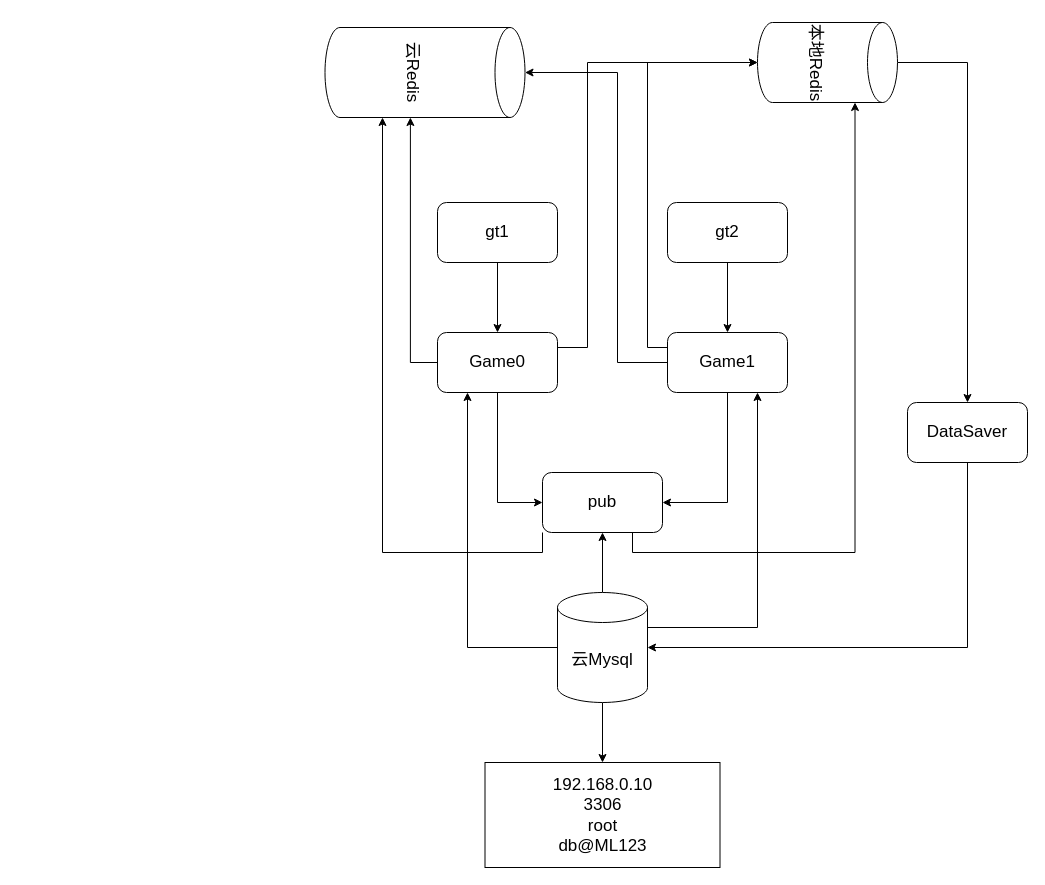
Before: 未命名绘图.drawio in xiaodongYao/DrawIO, a draw.io diagram. Source tidied: cells renumbered, new cells numbered last; positions are measured from the earlier drawing's top-left corner, leaving out a move shared by most shapes. Both pictures are drawn from the tidied source at 100%, with x=0, y=0 at pixel (379, -28).
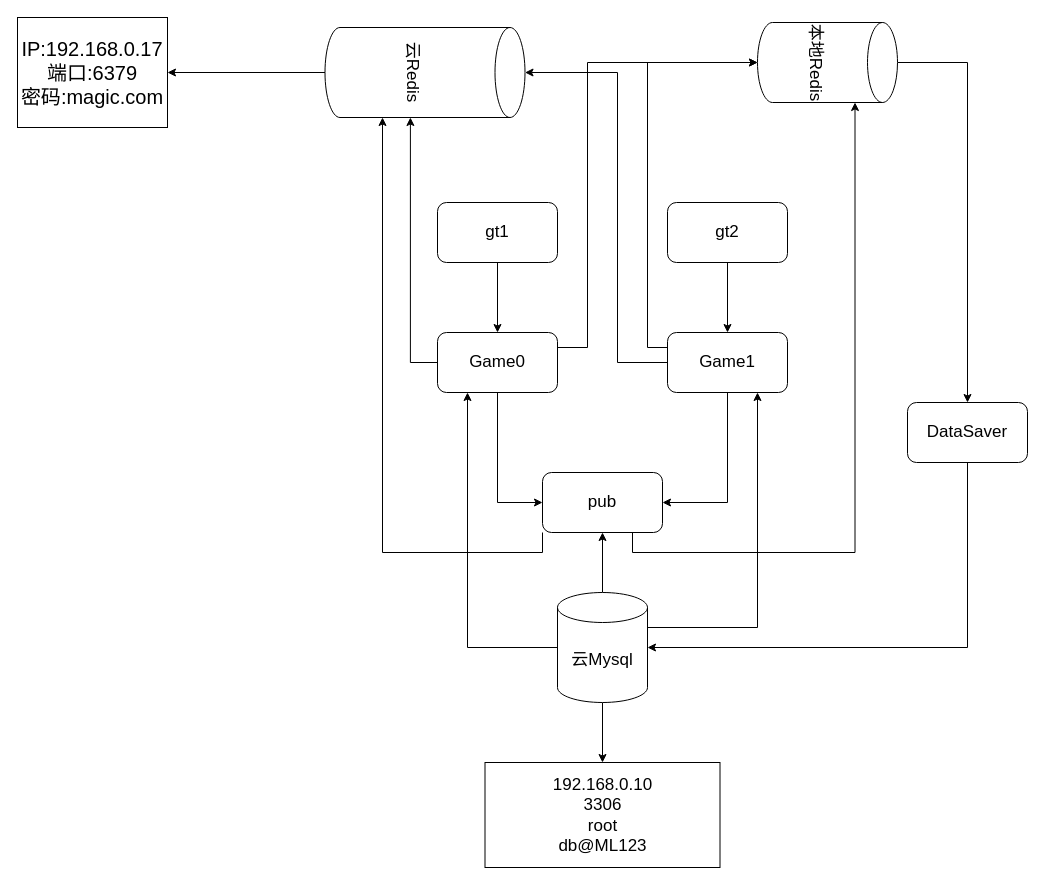
The same diagram, later.

Commit message:
更新未命名绘图.drawio

Unchanged cells that the change refers to:
```xml
<mxCell id="20" value="云Redis" style="shape=cylinder3;whiteSpace=wrap;html=1;boundedLbl=1;backgroundOutline=1;size=15;rotation=90;fontSize=17;" parent="1" vertex="1">
  <mxGeometry x="0.5" width="90" height="200" as="geometry" />
</mxCell>
```

What changed in the source:
```diff
@@
+    <mxCell id="28" style="edgeStyle=orthogonalEdgeStyle;rounded=0;jettySize=auto;html=1;" parent="1" edge="1" source="20" target="29">
+      <mxGeometry relative="1" as="geometry" />
+    </mxCell>
@@
+    <mxCell id="29" value="&lt;p style=&quot;margin: 0in; font-family: Calibri; font-size: 20px;&quot;&gt;IP:192.168.0.17&lt;/p&gt;&lt;p style=&quot;margin: 0in; font-size: 20px;&quot;&gt;端口&lt;span style=&quot;font-family: Calibri; font-size: 20px;&quot;&gt;:6379&lt;/span&gt;&lt;/p&gt;&lt;p style=&quot;margin: 0in; font-size: 20px;&quot;&gt;&lt;span style=&quot;font-family: &amp;quot;Microsoft YaHei&amp;quot;; font-size: 20px;&quot;&gt;密码&lt;/span&gt;&lt;span style=&quot;font-family: Calibri; font-size: 20px;&quot;&gt;:magic.com&lt;/span&gt;&lt;/p&gt;" style="whiteSpace=wrap;html=1;fontSize=20;" parent="1" vertex="1">
+      <mxGeometry x="-362" y="45" width="150" height="110" as="geometry" />
+    </mxCell>
```
